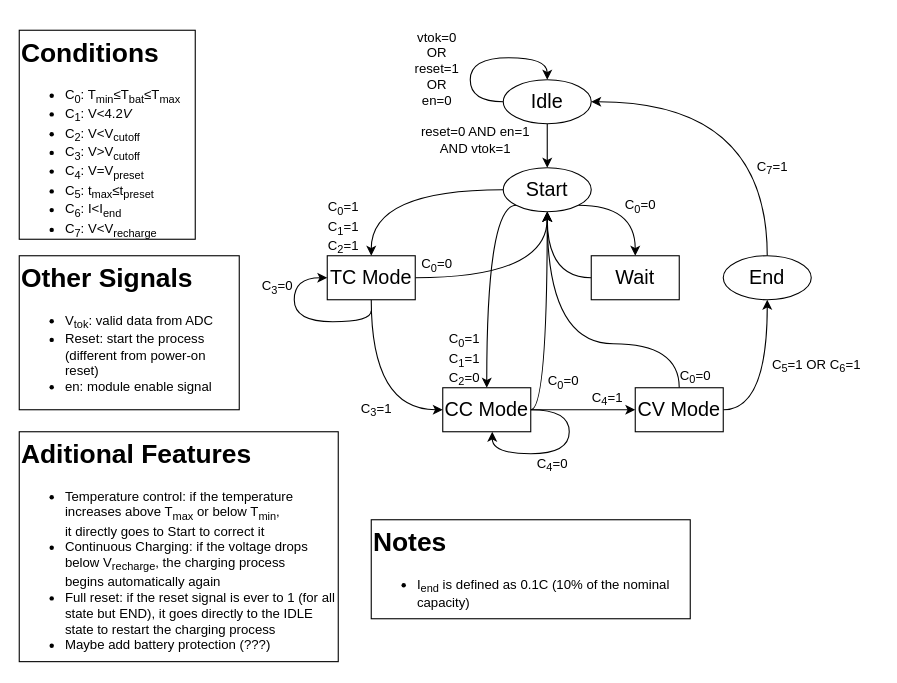
This is stateMachine.drawio from FranciscoPRosa/SoC, a draw.io file, before an edit. Source tidied: cells renumbered, new cells numbered last; positions are measured from the earlier drawing's top-left corner, leaving out a move shared by most shapes. Both pictures are drawn from the tidied source at 110%, with x=0, y=0 at pixel (19, 30).
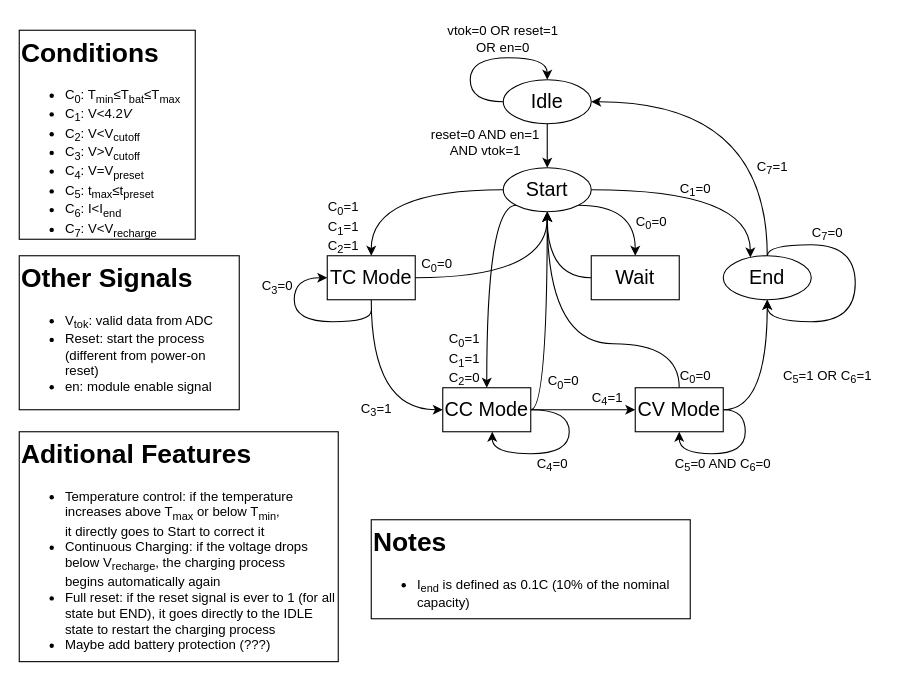
After the change.

The change refers to these unchanged cells:
```xml
<mxCell id="10" value="&lt;font style=&quot;font-size: 18px;&quot;&gt;Start&lt;/font&gt;" style="ellipse;whiteSpace=wrap;html=1;" parent="1" vertex="1">
  <mxGeometry x="440" y="125" width="80" height="40" as="geometry" />
</mxCell>
<mxCell id="17" value="&lt;font style=&quot;font-size: 18px;&quot;&gt;End&lt;/font&gt;" style="ellipse;whiteSpace=wrap;html=1;" parent="1" vertex="1">
  <mxGeometry x="640" y="205" width="80" height="40" as="geometry" />
</mxCell>
<mxCell id="23" value="&lt;font style=&quot;font-size: 18px;&quot;&gt;CV Mode&lt;/font&gt;" style="whiteSpace=wrap;html=1;rounded=0;" parent="1" vertex="1">
  <mxGeometry x="560" y="325" width="80" height="40" as="geometry" />
</mxCell>
```

What changed in the source:
```diff
@@
+    <mxCell id="42" style="edgeStyle=orthogonalEdgeStyle;rounded=0;orthogonalLoop=1;jettySize=auto;html=1;entryX=0.5;entryY=1;entryDx=0;entryDy=0;curved=1;" parent="1" edge="1" source="23" target="23">
+      <mxGeometry relative="1" as="geometry">
+        <Array as="points">
+          <mxPoint x="660" y="345" />
+          <mxPoint x="660" y="385" />
+          <mxPoint x="600" y="385" />
+        </Array>
+      </mxGeometry>
+    </mxCell>
@@
     <mxCell id="27" value="&lt;div&gt;C&lt;sub&gt;0&lt;/sub&gt;=0&lt;/div&gt;" style="text;html=1;align=center;verticalAlign=middle;whiteSpace=wrap;rounded=0;" parent="1" vertex="1">
-      <mxGeometry x="550" y="150" width="30" height="20" as="geometry" />
+      <mxGeometry x="560" y="165" width="30" height="20" as="geometry" />
     </mxCell>
@@
-    <mxCell id="32" value="&lt;div&gt;C&lt;sub&gt;5&lt;/sub&gt;=1 OR C&lt;sub&gt;6&lt;/sub&gt;=1&lt;/div&gt;" style="text;html=1;align=center;verticalAlign=middle;whiteSpace=wrap;rounded=0;" parent="1" vertex="1">
-      <mxGeometry x="680" y="295" width="90" height="20" as="geometry" />
+    <mxCell id="32" value="&lt;div&gt;C&lt;sub&gt;5&lt;/sub&gt;=0 AND C&lt;sub&gt;6&lt;/sub&gt;=0&lt;/div&gt;" style="text;html=1;align=center;verticalAlign=middle;whiteSpace=wrap;rounded=0;" parent="1" vertex="1">
+      <mxGeometry x="590" y="385" width="100" height="20" as="geometry" />
     </mxCell>
@@
     <mxCell id="34" value="reset=0 AND en=1 AND vtok=1" style="text;html=1;align=center;verticalAlign=middle;whiteSpace=wrap;rounded=0;" parent="1" vertex="1">
-      <mxGeometry x="360" y="85" width="110" height="30" as="geometry" />
+      <mxGeometry x="369" y="87" width="110" height="30" as="geometry" />
     </mxCell>
-    <mxCell id="35" value="&lt;div&gt;vtok=0 OR reset=1&lt;/div&gt;&lt;div&gt;OR&lt;/div&gt;&lt;div&gt;en=0&lt;br&gt;&lt;/div&gt;" style="text;html=1;align=center;verticalAlign=middle;whiteSpace=wrap;rounded=0;" parent="1" vertex="1">
-      <mxGeometry x="360" width="40" height="70" as="geometry" />
+    <mxCell id="35" value="&lt;div&gt;vtok=0 OR reset=1&lt;/div&gt;&lt;div&gt;OR en=0&lt;br&gt;&lt;/div&gt;" style="text;html=1;align=center;verticalAlign=middle;whiteSpace=wrap;rounded=0;" parent="1" vertex="1">
+      <mxGeometry x="385" y="-10" width="110" height="35" as="geometry" />
     </mxCell>
@@
+    <mxCell id="43" style="edgeStyle=orthogonalEdgeStyle;rounded=0;jettySize=auto;html=1;entryX=0.308;entryY=0.038;entryDx=0;entryDy=0;entryPerimeter=0;curved=1;" parent="1" edge="1" source="10" target="17">
+      <mxGeometry relative="1" as="geometry" />
+    </mxCell>
+    <mxCell id="44" value="&lt;div&gt;C&lt;sub&gt;1&lt;/sub&gt;=0&lt;/div&gt;" style="text;html=1;align=center;verticalAlign=middle;whiteSpace=wrap;rounded=0;" parent="1" vertex="1">
+      <mxGeometry x="600" y="135" width="30" height="20" as="geometry" />
+    </mxCell>
+    <mxCell id="45" value="&lt;div&gt;C&lt;sub&gt;5&lt;/sub&gt;=1 OR C&lt;sub&gt;6&lt;/sub&gt;=1&lt;/div&gt;" style="text;html=1;align=center;verticalAlign=middle;whiteSpace=wrap;rounded=0;" parent="1" vertex="1">
+      <mxGeometry x="690" y="305" width="90" height="20" as="geometry" />
+    </mxCell>
+    <mxCell id="46" style="edgeStyle=orthogonalEdgeStyle;rounded=0;orthogonalLoop=1;jettySize=auto;html=1;curved=1;entryX=0.5;entryY=1;entryDx=0;entryDy=0;" parent="1" edge="1" source="17" target="17">
+      <mxGeometry relative="1" as="geometry">
+        <Array as="points">
+          <mxPoint x="680" y="195" />
+          <mxPoint x="760" y="195" />
+          <mxPoint x="760" y="265" />
+          <mxPoint x="680" y="265" />
+        </Array>
+      </mxGeometry>
+    </mxCell>
+    <mxCell id="47" value="&lt;div&gt;C&lt;sub&gt;7&lt;/sub&gt;=0&lt;/div&gt;" style="text;html=1;align=center;verticalAlign=middle;whiteSpace=wrap;rounded=0;" parent="1" vertex="1">
+      <mxGeometry x="720" y="175" width="30" height="20" as="geometry" />
+    </mxCell>
```
